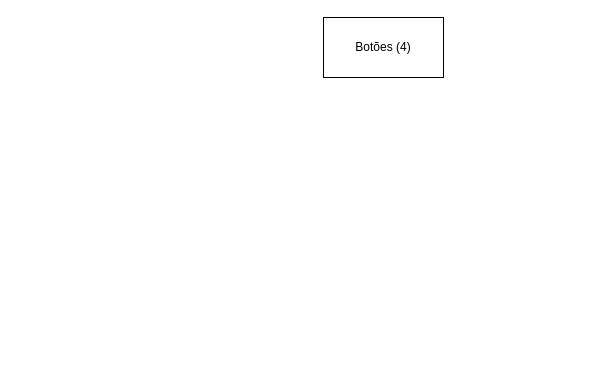
TaryckGSantos/Poker- keeps this draw.io diagram as Diagrama sem nome.drawio. Above is the earlier version. Source tidied: cells renumbered, new cells numbered last; positions are measured from the earlier drawing's top-left corner, leaving out a move shared by most shapes. Both pictures are drawn from the tidied source at 100%, with x=0, y=0 at pixel (323, 17).
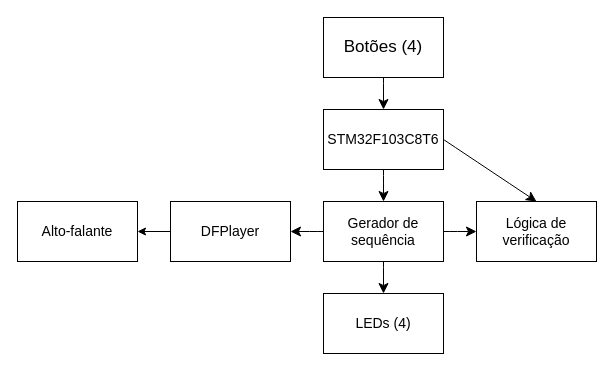
Above is the later version.

What changed in the source:
```diff
@@
 <mxGraphModel>
   <root>
     <mxCell id="0" />
     <mxCell id="1" parent="0" />
+    <mxCell id="3" style="edgeStyle=none;curved=1;rounded=0;jettySize=auto;html=1;entryX=0.5;entryY=0;entryDx=0;entryDy=0;fontSize=12;startSize=8;endSize=8;" parent="1" edge="1" source="2" target="5">
+      <mxGeometry relative="1" as="geometry" />
+    </mxCell>
-    <mxCell id="2" value="Botões (4)" style="rounded=0;whiteSpace=wrap;html=1;" parent="1" vertex="1">
+    <mxCell id="2" value="&lt;font style=&quot;font-size: 17px;&quot;&gt;Botões (4)&lt;/font&gt;" style="rounded=0;whiteSpace=wrap;html=1;" parent="1" vertex="1">
       <mxGeometry width="120" height="60" as="geometry" />
     </mxCell>
+    <mxCell id="4" style="edgeStyle=none;curved=1;rounded=0;jettySize=auto;html=1;entryX=0.5;entryY=0;entryDx=0;entryDy=0;fontSize=12;startSize=8;endSize=8;" parent="1" edge="1" source="5" target="9">
+      <mxGeometry relative="1" as="geometry" />
+    </mxCell>
+    <mxCell id="5" value="&lt;font style=&quot;font-size: 14px;&quot;&gt;STM32F103C8T6&lt;/font&gt;" style="rounded=0;whiteSpace=wrap;html=1;" parent="1" vertex="1">
+      <mxGeometry y="92" width="120" height="60" as="geometry" />
+    </mxCell>
+    <mxCell id="6" style="edgeStyle=none;curved=1;rounded=0;jettySize=auto;html=1;fontSize=12;startSize=8;endSize=8;entryX=0;entryY=0.5;entryDx=0;entryDy=0;" parent="1" edge="1" source="9" target="10">
+      <mxGeometry relative="1" as="geometry" />
+    </mxCell>
+    <mxCell id="7" style="edgeStyle=none;curved=1;rounded=0;jettySize=auto;html=1;entryX=1;entryY=0.5;entryDx=0;entryDy=0;fontSize=12;startSize=8;endSize=8;" parent="1" edge="1" source="9" target="12">
+      <mxGeometry relative="1" as="geometry" />
+    </mxCell>
+    <mxCell id="8" style="edgeStyle=none;curved=1;rounded=0;jettySize=auto;html=1;fontSize=12;startSize=8;endSize=8;" parent="1" edge="1" source="9" target="13">
+      <mxGeometry relative="1" as="geometry" />
+    </mxCell>
+    <mxCell id="9" value="&lt;font style=&quot;font-size: 14px;&quot;&gt;Gerador de&lt;/font&gt;&lt;div&gt;&lt;font style=&quot;font-size: 14px;&quot;&gt;sequência&lt;/font&gt;&lt;/div&gt;" style="rounded=0;whiteSpace=wrap;html=1;" parent="1" vertex="1">
+      <mxGeometry y="184" width="120" height="60" as="geometry" />
+    </mxCell>
+    <mxCell id="10" value="&lt;span style=&quot;font-size: 14px;&quot;&gt;Lógica de verificação&lt;/span&gt;" style="rounded=0;whiteSpace=wrap;html=1;" parent="1" vertex="1">
+      <mxGeometry x="153" y="184" width="120" height="60" as="geometry" />
+    </mxCell>
+    <mxCell id="11" style="edgeStyle=orthogonalEdgeStyle;rounded=0;jettySize=auto;html=1;entryX=1;entryY=0.5;entryDx=0;entryDy=0;" parent="1" edge="1" source="12" target="15">
+      <mxGeometry relative="1" as="geometry" />
+    </mxCell>
+    <mxCell id="12" value="&lt;span style=&quot;font-size: 14px;&quot;&gt;DFPlayer&lt;/span&gt;" style="rounded=0;whiteSpace=wrap;html=1;" parent="1" vertex="1">
+      <mxGeometry x="-153" y="184" width="120" height="60" as="geometry" />
+    </mxCell>
+    <mxCell id="13" value="&lt;span style=&quot;font-size: 14px;&quot;&gt;LEDs (4)&lt;/span&gt;" style="rounded=0;whiteSpace=wrap;html=1;" parent="1" vertex="1">
+      <mxGeometry y="276" width="120" height="60" as="geometry" />
+    </mxCell>
+    <mxCell id="14" style="edgeStyle=none;curved=1;rounded=0;jettySize=auto;html=1;fontSize=12;startSize=8;endSize=8;entryX=0.5;entryY=0;entryDx=0;entryDy=0;exitX=1;exitY=0.5;exitDx=0;exitDy=0;" parent="1" edge="1" source="5" target="10">
+      <mxGeometry relative="1" as="geometry" />
+    </mxCell>
+    <mxCell id="15" value="&lt;span style=&quot;font-size: 14px;&quot;&gt;Alto-falante&lt;/span&gt;" style="rounded=0;whiteSpace=wrap;html=1;" parent="1" vertex="1">
+      <mxGeometry x="-306" y="184" width="120" height="60" as="geometry" />
+    </mxCell>
   </root>
 </mxGraphModel>
```
